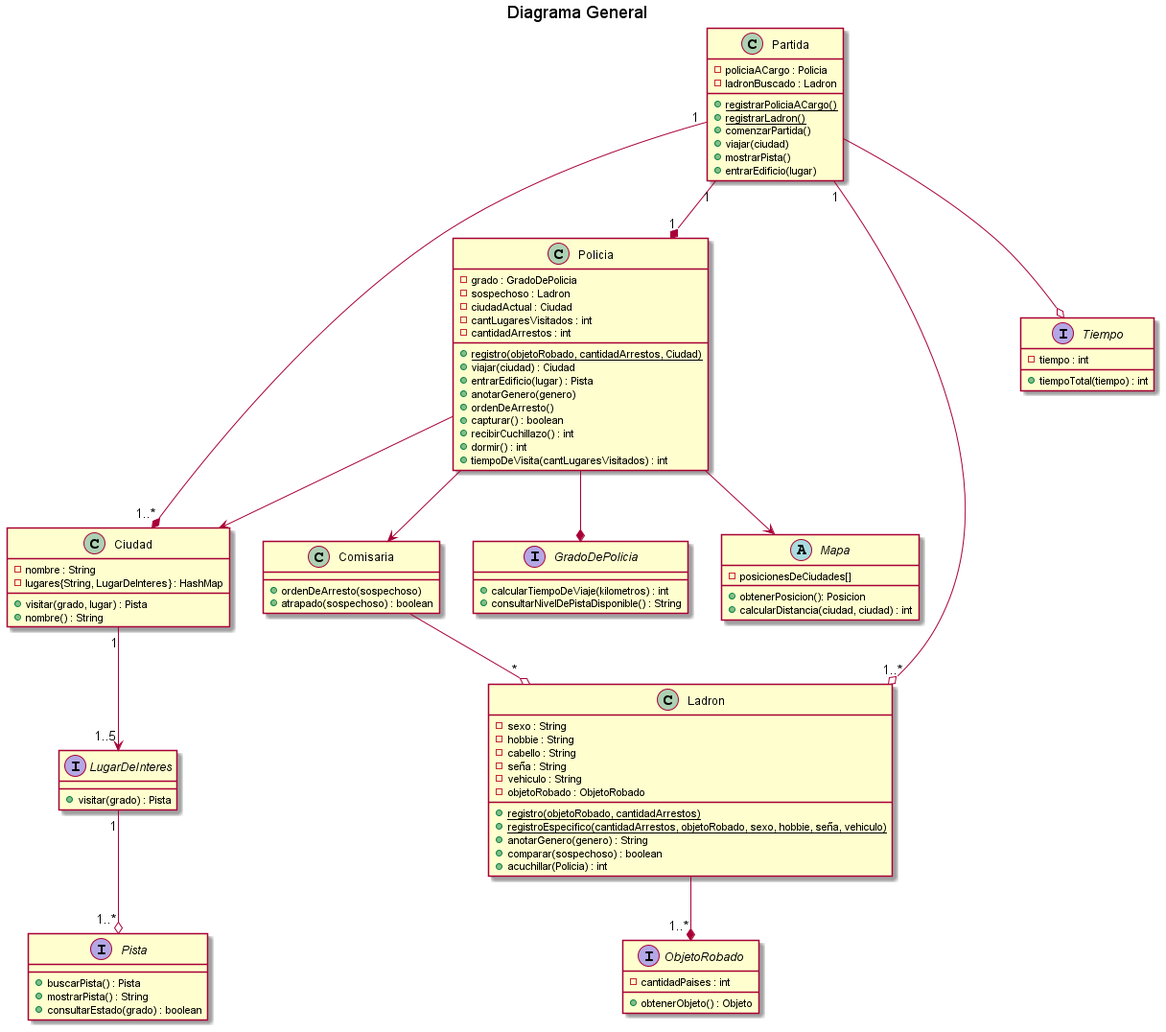
The PlantUML diagram diagrams/classes/entrega1/DC_general.png in kmu01/Algo3_tp2, before a commit.
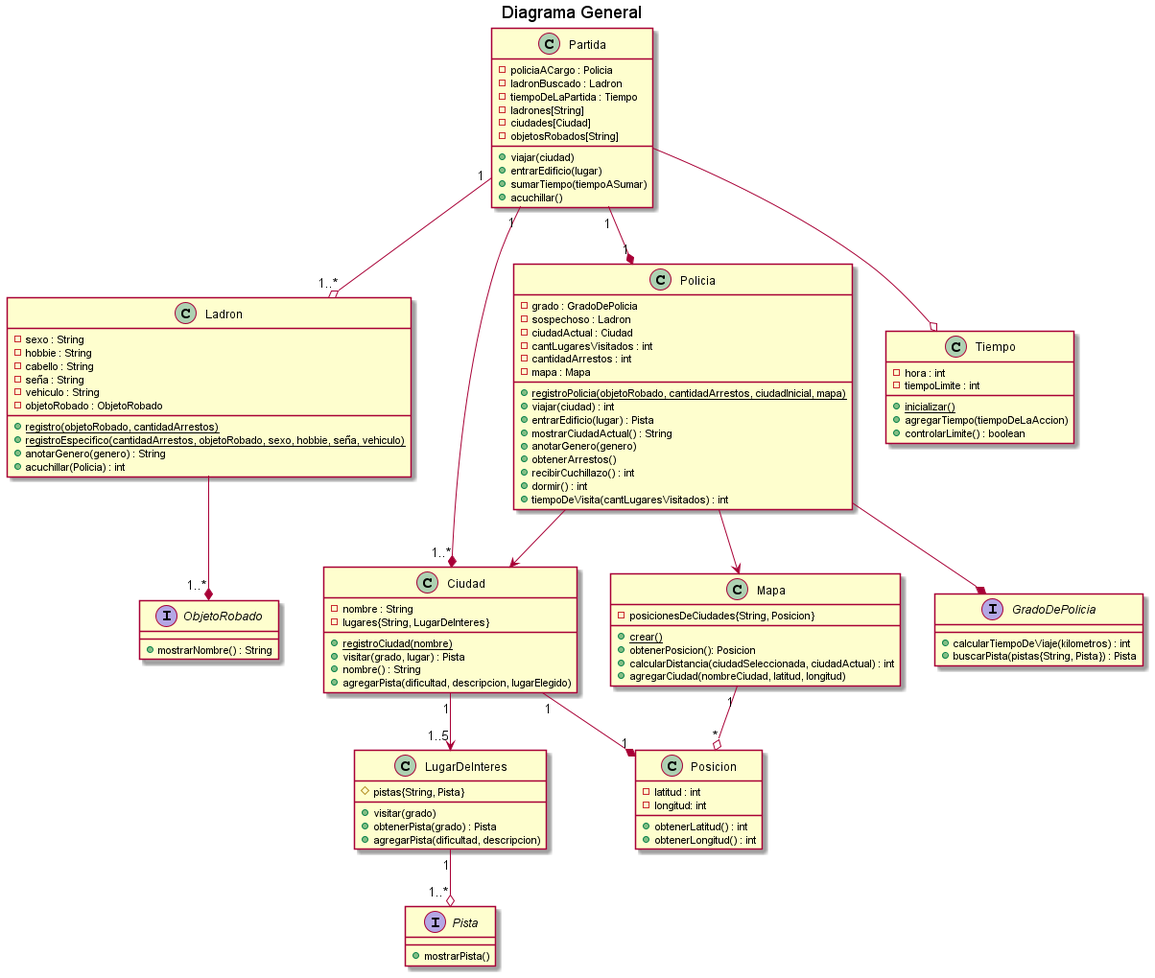
After the commit.

Commit message:
Se agrega DC actualizado

Change to the diagram source:
```diff
@@ -4,26 +4,27 @@
 
 class Ciudad{
     - nombre : String
-    - lugares{String, LugarDeInteres} : HashMap
+    - lugares{String, LugarDeInteres}
+    + {static} registroCiudad(nombre)
     + visitar(grado, lugar) : Pista
     + nombre() : String
+    + agregarPista(dificultad, descripcion, lugarElegido)
 
 }
 class Partida{
     - policiaACargo : Policia
     - ladronBuscado : Ladron
-    + {static} registrarPoliciaACargo()
-    + {static} registrarLadron()
-    + comenzarPartida()
+    - tiempoDeLaPartida : Tiempo
+    - ladrones[String]
+    - ciudades[Ciudad]
+    - objetosRobados[String]
     + viajar(ciudad)
-    + mostrarPista()
     + entrarEdificio(lugar)
+    + sumarTiempo(tiempoASumar)
+    + acuchillar()
 }
 
-class Comisaria{
-    + ordenDeArresto(sospechoso)
-    + atrapado(sospechoso) : boolean
-}
+
 class Ladron{
     - sexo : String
     - hobbie : String
@@ -34,7 +35,6 @@
     + {static} registro(objetoRobado, cantidadArrestos)
     + {static} registroEspecifico(cantidadArrestos, objetoRobado, sexo, hobbie, seña, vehiculo)
     + anotarGenero(genero) : String
-    + comparar(sospechoso) : boolean
     + acuchillar(Policia) : int
 }
 
@@ -44,46 +44,59 @@
     - ciudadActual : Ciudad
     - cantLugaresVisitados : int
     - cantidadArrestos : int
-    + {static} registro(objetoRobado, cantidadArrestos, Ciudad)
-    + viajar(ciudad) : Ciudad
+    - mapa : Mapa
+    + {static} registroPolicia(objetoRobado, cantidadArrestos, ciudadInicial, mapa)
+    + viajar(ciudad) : int
     + entrarEdificio(lugar) : Pista
+    + mostrarCiudadActual() : String
     + anotarGenero(genero)
-    + ordenDeArresto()
-    + capturar() : boolean
+    + obtenerArrestos()
     + recibirCuchillazo() : int
     + dormir() : int
     + tiempoDeVisita(cantLugaresVisitados) : int
 }
 
-abstract Mapa{
-    - posicionesDeCiudades[]
+class Mapa{
+    - posicionesDeCiudades{String, Posicion}
+    + {static} crear()
     + obtenerPosicion(): Posicion
-    + calcularDistancia(ciudad, ciudad) : int
+    + calcularDistancia(ciudadSeleccionada, ciudadActual) : int
+    + agregarCiudad(nombreCiudad, latitud, longitud)
+}
+
+class Posicion{
+    - latitud : int
+    - longitud: int
+    + obtenerLatitud() : int
+    + obtenerLongitud() : int
 }
 
 interface GradoDePolicia{
     + calcularTiempoDeViaje(kilometros) : int
-    + consultarNivelDePistaDisponible() : String
+    + buscarPista(pistas{String, Pista}) : Pista
 }
 
-interface LugarDeInteres{
-    + visitar(grado) : Pista
+class LugarDeInteres{
+    # pistas{String, Pista}
+    + visitar(grado)
+    + obtenerPista(grado) : Pista
+    + agregarPista(dificultad, descripcion)
 }
 
 interface Pista{
-    + buscarPista() : Pista
-    + mostrarPista() : String
-    + consultarEstado(grado) : boolean
+    + mostrarPista()
 }
 
 interface ObjetoRobado{
-    - cantidadPaises : int
-	+ obtenerObjeto() : Objeto
+	+ mostrarNombre() : String
 }
 
-interface Tiempo{
-    - tiempo : int
-    + tiempoTotal(tiempo) : int
+class Tiempo{
+    - hora : int
+    - tiempoLimite : int
+    + {static} inicializar()
+    + agregarTiempo(tiempoDeLaAccion)
+    + controlarLimite() : boolean
 }
 
 
@@ -91,13 +104,13 @@
 Partida"1" --* "1"Policia
 Partida --o Tiempo
 Policia --* GradoDePolicia
-Policia --> Comisaria
 Policia --> Mapa
 Partida "1" --* "1..*" Ciudad
 Policia --> Ciudad
 Ciudad "1" --> "1..5"LugarDeInteres
 LugarDeInteres "1" --o "1..*" Pista
 Ladron --* "1..*" ObjetoRobado
-Comisaria --o "*" Ladron
+Ciudad"1" --* "1"Posicion
+Mapa"1" --o "*"Posicion
 
 @enduml
```
